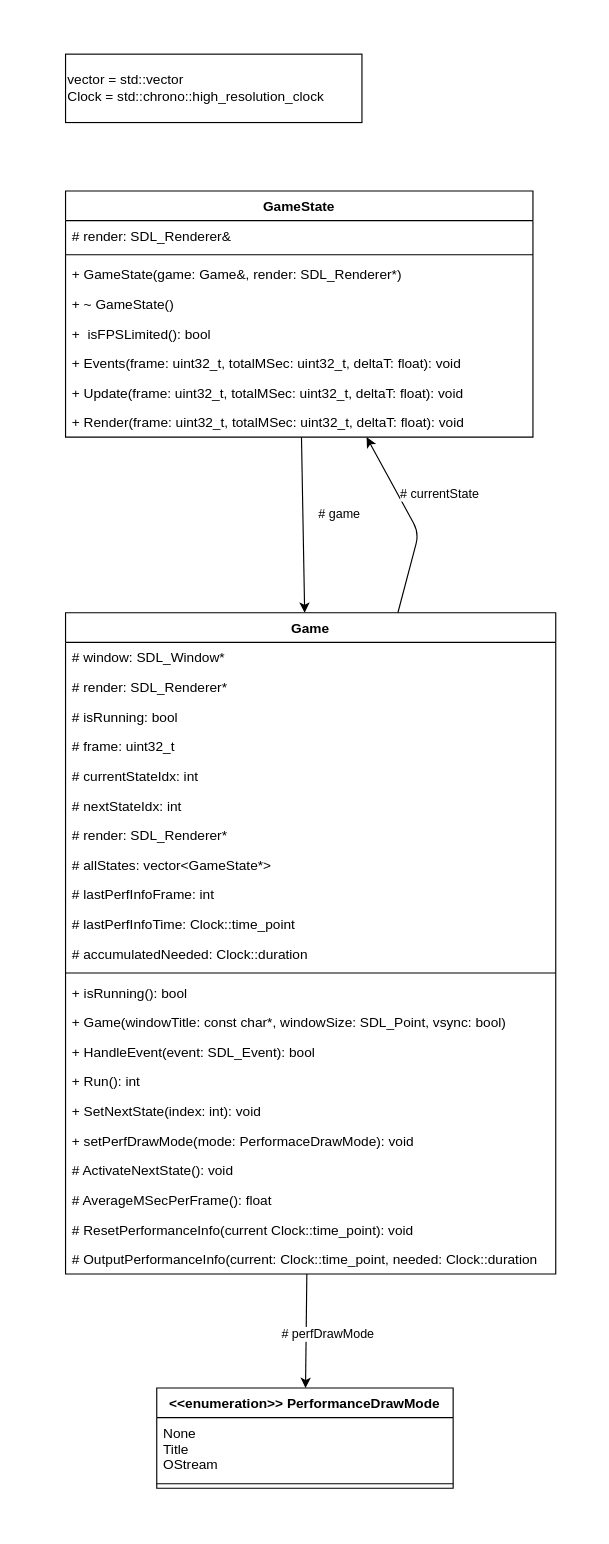
sor/sdl_basegame keeps this draw.io diagram as classdiagram.drawio. Above is the earlier version. Source tidied: cells renumbered, new cells numbered last; positions are measured from the earlier drawing's top-left corner, leaving out a move shared by most shapes. Both pictures are drawn from the tidied source at 114%, with x=0, y=0 at pixel (65, 54).
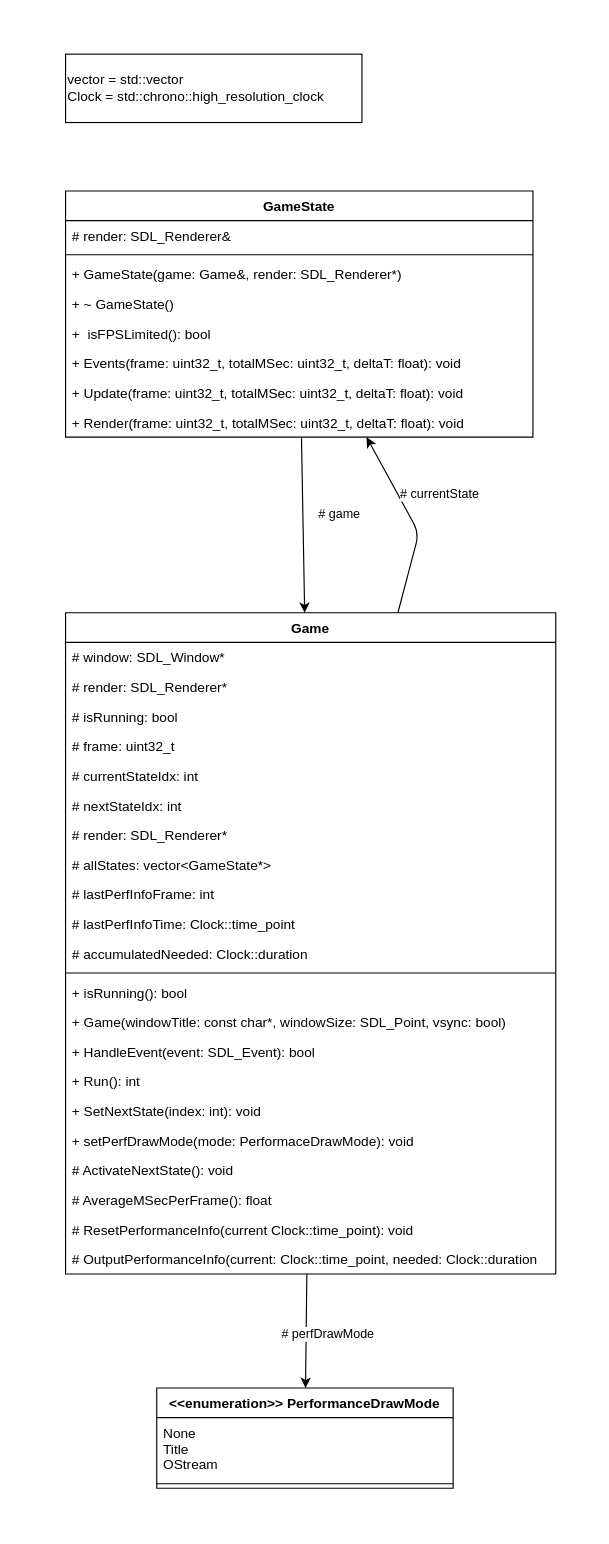
The same diagram, later.

Commit message (it also covers changes not shown here):
fix darkmode visibility

What changed in the source:
```diff
@@
+    <mxCell id="42" style="rounded=0;whiteSpace=wrap;html=1;labelBackgroundColor=#FFFFFF;fillColor=default;gradientColor=none;strokeColor=none;" parent="1" vertex="1">
+      <mxGeometry x="-40" y="-30" width="500" height="1320" as="geometry" />
+    </mxCell>
```
